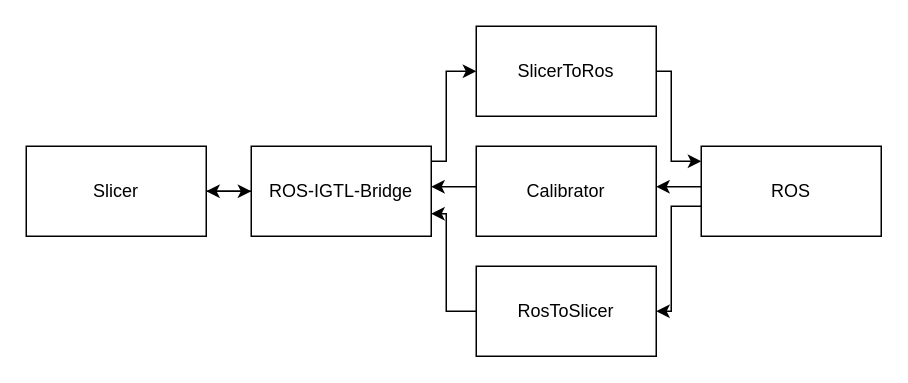
Meldanen/kcl keeps this draw.io diagram as robotics/final/images/Connections.drawio. Above is the earlier version. Source tidied: cells renumbered, new cells numbered last; positions are measured from the earlier drawing's top-left corner, leaving out a move shared by most shapes. Both pictures are drawn from the tidied source at 150%, with x=0, y=0 at pixel (26, 26).
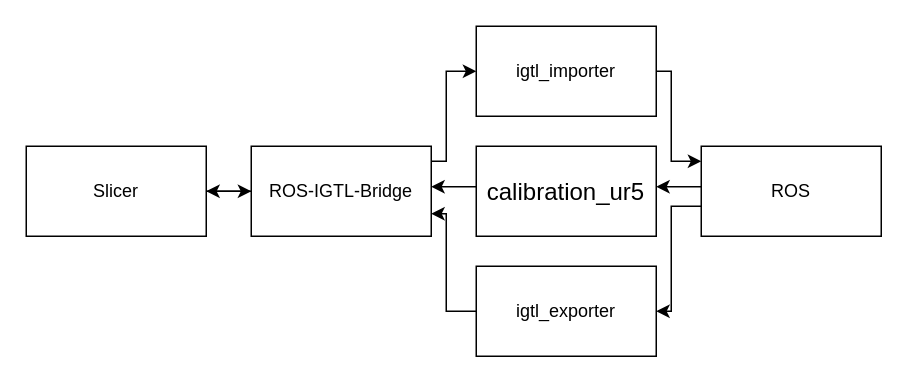
Above is the later version.

Diff of the diagram source:
```diff
@@
-    <mxCell id="8" value="SlicerToRos" style="rounded=0;whiteSpace=wrap;html=1;shadow=0;glass=0;comic=0;strokeColor=#000000;fillColor=#FFFFFF;gradientColor=none;" parent="1" vertex="1">
+    <mxCell id="8" value="igtl_importer" style="rounded=0;whiteSpace=wrap;html=1;shadow=0;glass=0;comic=0;strokeColor=#000000;fillColor=#FFFFFF;gradientColor=none;" parent="1" vertex="1">
       <mxGeometry x="300" width="120" height="60" as="geometry" />
     </mxCell>
@@
-    <mxCell id="13" value="RosToSlicer" style="rounded=0;whiteSpace=wrap;html=1;shadow=0;glass=0;comic=0;strokeColor=#000000;fillColor=#FFFFFF;gradientColor=none;" parent="1" vertex="1">
+    <mxCell id="13" value="igtl_exporter" style="rounded=0;whiteSpace=wrap;html=1;shadow=0;glass=0;comic=0;strokeColor=#000000;fillColor=#FFFFFF;gradientColor=none;" parent="1" vertex="1">
       <mxGeometry x="300" y="160" width="120" height="60" as="geometry" />
     </mxCell>
@@
-    <mxCell id="15" value="Calibrator" style="rounded=0;whiteSpace=wrap;html=1;shadow=0;glass=0;comic=0;strokeColor=#000000;fillColor=#FFFFFF;gradientColor=none;" parent="1" vertex="1">
+    <mxCell id="15" value="&lt;span style=&quot;font-size: 12.0pt ; line-height: 107% ; font-family: &amp;#34;calibri&amp;#34; , sans-serif&quot;&gt;calibration_ur5&lt;/span&gt;" style="rounded=0;whiteSpace=wrap;html=1;shadow=0;glass=0;comic=0;strokeColor=#000000;fillColor=#FFFFFF;gradientColor=none;" parent="1" vertex="1">
       <mxGeometry x="300" y="80" width="120" height="60" as="geometry" />
     </mxCell>
```
